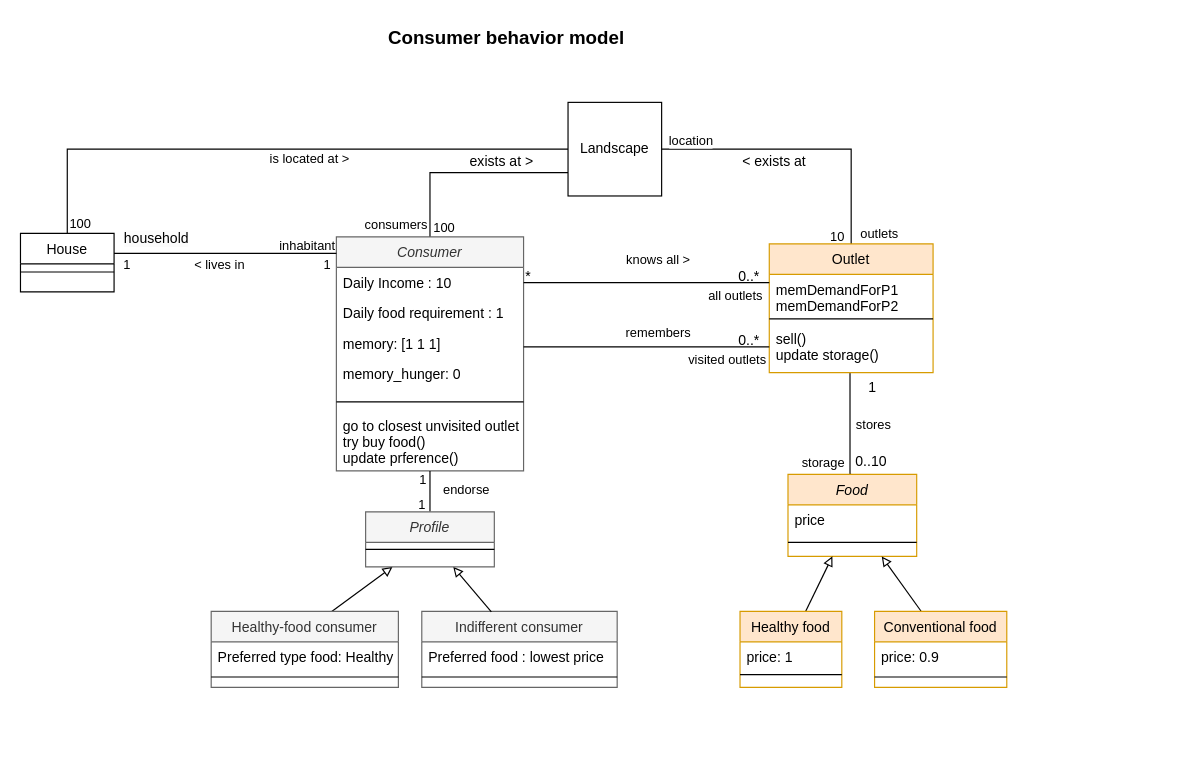
Earlier version of the draw.io diagram page "class diag" (1 of 7) of consumption behavior.drawio (JoaquinAmeller/amaea-model). Source tidied: cells renumbered, new cells numbered last; positions are measured from the earlier drawing's top-left corner, leaving out a move shared by most shapes. Both pictures are drawn from the tidied source at 117%, with x=0, y=0 at pixel (20, 20).
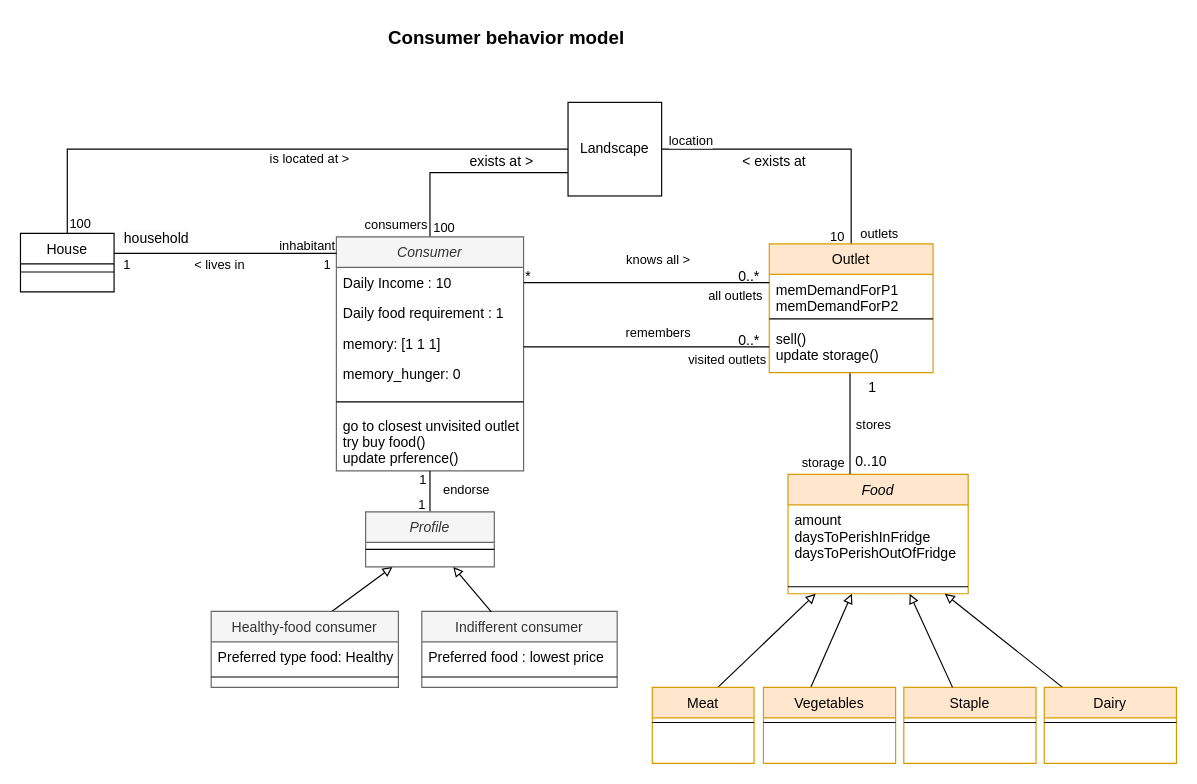
The same page after the edit.

Commit message (it also covers changes not shown here):
added food types to the class diagram

The edit, as a diff of the source:
```diff
@@
     <mxCell id="15" value="Food" style="swimlane;fontStyle=2;align=center;verticalAlign=top;horizontal=1;startSize=26;rounded=0;shadow=0;strokeWidth=1;fillColor=#ffe6cc;strokeColor=#d79b00;" parent="1" vertex="1">
-      <mxGeometry x="656" y="388" width="110" height="70" as="geometry" />
+      <mxGeometry x="656" y="388" width="154" height="102" as="geometry" />
     </mxCell>
-    <mxCell id="16" value="price" style="text;align=left;verticalAlign=top;spacingLeft=4;spacingRight=4;overflow=hidden;" parent="15" vertex="1">
-      <mxGeometry y="26" width="110" height="26" as="geometry" />
+    <mxCell id="16" value="amount&#10;daysToPerishInFridge&#10;daysToPerishOutOfFridge" style="text;align=left;verticalAlign=top;spacingLeft=4;spacingRight=4;overflow=hidden;" parent="15" vertex="1">
+      <mxGeometry y="26" width="154" height="64" as="geometry" />
     </mxCell>
     <mxCell id="17" style="line;html=1;strokeWidth=1;align=left;verticalAlign=middle;spacingTop=-1;spacingLeft=3;spacingRight=3;labelPosition=right;" parent="15" vertex="1">
-      <mxGeometry y="52" width="110" height="12" as="geometry" />
+      <mxGeometry y="90" width="154" height="12" as="geometry" />
     </mxCell>
@@
-    <mxCell id="40" value="Healthy food" style="swimlane;fontStyle=0;align=center;verticalAlign=top;horizontal=1;startSize=26;rounded=0;shadow=0;strokeWidth=1;fillColor=#ffe6cc;strokeColor=#d79b00;" parent="1" vertex="1">
-      <mxGeometry x="615" y="505.1" width="87" height="64.9" as="geometry" />
+    <mxCell id="40" value="Meat" style="swimlane;fontStyle=0;align=center;verticalAlign=top;horizontal=1;startSize=26;rounded=0;shadow=0;strokeWidth=1;fillColor=#ffe6cc;strokeColor=#d79b00;" parent="1" vertex="1">
+      <mxGeometry x="540" y="570" width="87" height="64.9" as="geometry" />
     </mxCell>
-    <mxCell id="41" value="price: 1&#10;" style="text;align=left;verticalAlign=top;spacingLeft=4;spacingRight=4;overflow=hidden;rounded=0;shadow=0;html=0;" parent="40" vertex="1">
-      <mxGeometry y="26" width="87" height="24" as="geometry" />
-    </mxCell>
     <mxCell id="42" style="line;html=1;strokeWidth=1;align=left;verticalAlign=middle;spacingTop=-1;spacingLeft=3;spacingRight=3;labelPosition=right;" parent="40" vertex="1">
-      <mxGeometry y="50" width="87" height="8" as="geometry" />
+      <mxGeometry y="26" width="87" height="8" as="geometry" />
     </mxCell>
@@
-    <mxCell id="44" value="Conventional food" style="swimlane;fontStyle=0;align=center;verticalAlign=top;horizontal=1;startSize=26;rounded=0;shadow=0;strokeWidth=1;fillColor=#ffe6cc;strokeColor=#d79b00;" parent="1" vertex="1">
-      <mxGeometry x="730" y="505.1" width="113" height="64.9" as="geometry" />
+    <mxCell id="44" value="Vegetables" style="swimlane;fontStyle=0;align=center;verticalAlign=top;horizontal=1;startSize=26;rounded=0;shadow=0;strokeWidth=1;fillColor=#ffe6cc;strokeColor=#d79b00;" parent="1" vertex="1">
+      <mxGeometry x="635" y="570" width="113" height="64.9" as="geometry" />
     </mxCell>
-    <mxCell id="45" value="price: 0.9&#10;" style="text;align=left;verticalAlign=top;spacingLeft=4;spacingRight=4;overflow=hidden;rounded=0;shadow=0;html=0;" parent="44" vertex="1">
-      <mxGeometry y="26" width="113" height="26" as="geometry" />
-    </mxCell>
     <mxCell id="46" style="line;html=1;strokeWidth=1;align=left;verticalAlign=middle;spacingTop=-1;spacingLeft=3;spacingRight=3;labelPosition=right;" parent="44" vertex="1">
-      <mxGeometry y="52" width="113" height="8" as="geometry" />
+      <mxGeometry y="26" width="113" height="8" as="geometry" />
     </mxCell>
@@
+    <mxCell id="74" value="Staple" style="swimlane;fontStyle=0;align=center;verticalAlign=top;horizontal=1;startSize=26;rounded=0;shadow=0;strokeWidth=1;fillColor=#ffe6cc;strokeColor=#d79b00;" parent="1" vertex="1">
+      <mxGeometry x="755" y="570" width="113" height="64.9" as="geometry" />
+    </mxCell>
+    <mxCell id="75" style="line;html=1;strokeWidth=1;align=left;verticalAlign=middle;spacingTop=-1;spacingLeft=3;spacingRight=3;labelPosition=right;" parent="74" vertex="1">
+      <mxGeometry y="26" width="113" height="8" as="geometry" />
+    </mxCell>
+    <mxCell id="76" style="edgeStyle=none;html=1;endArrow=block;endFill=0;" parent="1" edge="1" source="77">
+      <mxGeometry relative="1" as="geometry">
+        <mxPoint x="790" y="490" as="targetPoint" />
+      </mxGeometry>
+    </mxCell>
+    <mxCell id="77" value="Dairy" style="swimlane;fontStyle=0;align=center;verticalAlign=top;horizontal=1;startSize=26;rounded=0;shadow=0;strokeWidth=1;fillColor=#ffe6cc;strokeColor=#d79b00;" parent="1" vertex="1">
+      <mxGeometry x="875" y="570" width="113" height="64.9" as="geometry" />
+    </mxCell>
+    <mxCell id="78" style="line;html=1;strokeWidth=1;align=left;verticalAlign=middle;spacingTop=-1;spacingLeft=3;spacingRight=3;labelPosition=right;" parent="77" vertex="1">
+      <mxGeometry y="26" width="113" height="8" as="geometry" />
+    </mxCell>
+    <mxCell id="79" style="edgeStyle=none;html=1;endArrow=block;endFill=0;" parent="1" edge="1" source="74">
+      <mxGeometry relative="1" as="geometry">
+        <mxPoint x="760" y="490" as="targetPoint" />
+      </mxGeometry>
+    </mxCell>
```
